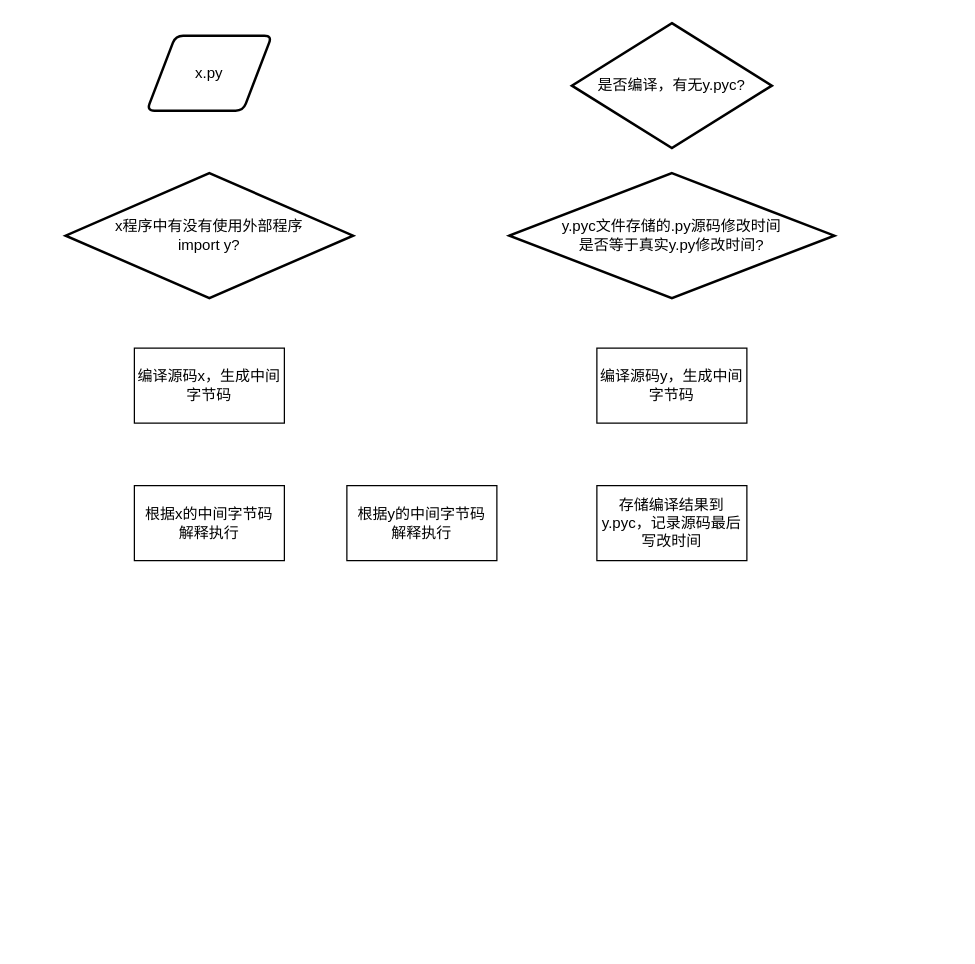
Earlier version of the draw.io diagram python-program-flow.drawio (wupei-w/diagrams). Source tidied: cells renumbered, new cells numbered last; positions are measured from the earlier drawing's top-left corner, leaving out a move shared by most shapes. Both pictures are drawn from the tidied source at 125%, with x=0, y=0 at pixel (65, 22).
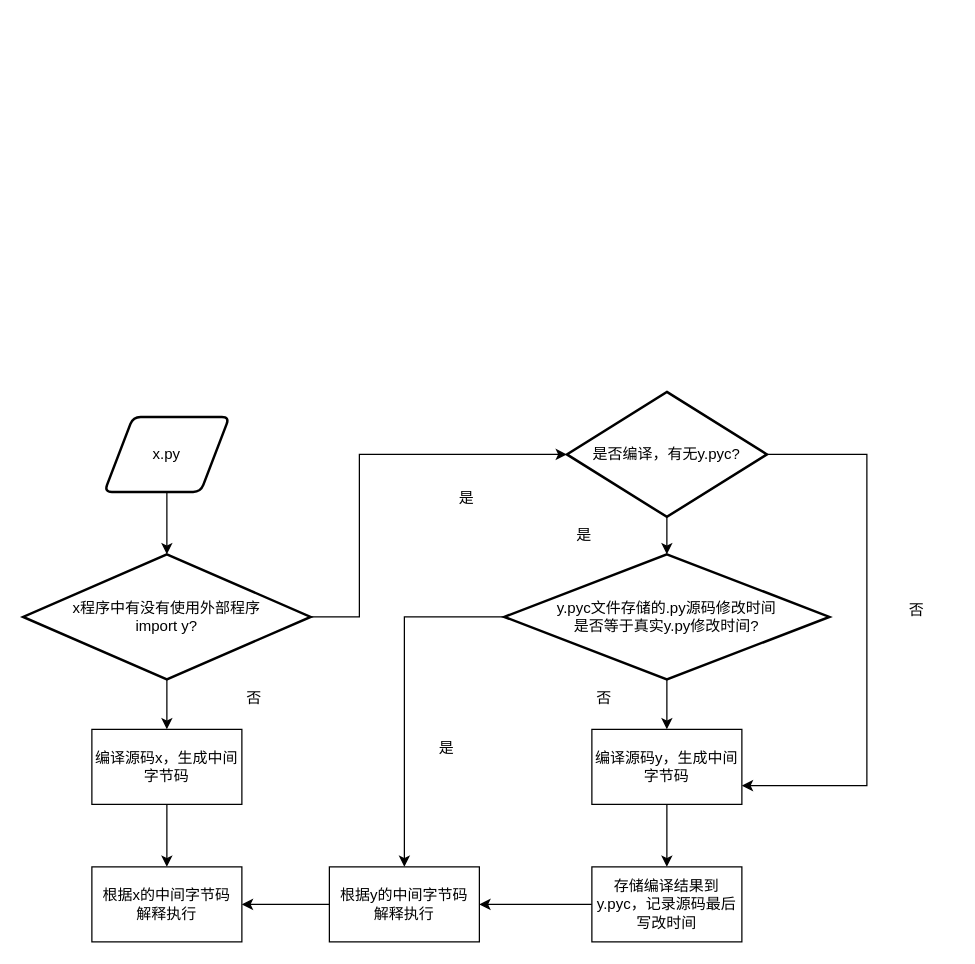
The same diagram, later.

Change to the diagram source:
```diff
@@
+    <mxCell id="11" style="edgeStyle=orthogonalEdgeStyle;rounded=0;jettySize=auto;html=1;" parent="1" edge="1" source="2" target="3">
+      <mxGeometry relative="1" as="geometry" />
+    </mxCell>
     <mxCell id="2" value="x.py" style="shape=parallelogram;html=1;strokeWidth=2;perimeter=parallelogramPerimeter;whiteSpace=wrap;rounded=1;arcSize=12;size=0.23;" parent="1" vertex="1">
-      <mxGeometry x="65" y="10" width="100" height="60" as="geometry" />
+      <mxGeometry x="31" y="315" width="100" height="60" as="geometry" />
     </mxCell>
+    <mxCell id="12" style="edgeStyle=orthogonalEdgeStyle;rounded=0;jettySize=auto;html=1;" parent="1" edge="1" source="3" target="4">
+      <mxGeometry relative="1" as="geometry" />
+    </mxCell>
+    <mxCell id="13" style="edgeStyle=orthogonalEdgeStyle;rounded=0;jettySize=auto;html=1;exitX=1;exitY=0.5;exitDx=0;exitDy=0;exitPerimeter=0;entryX=0;entryY=0.5;entryDx=0;entryDy=0;entryPerimeter=0;" parent="1" edge="1" source="3" target="5">
+      <mxGeometry relative="1" as="geometry">
+        <Array as="points">
+          <mxPoint x="235" y="475" />
+          <mxPoint x="235" y="345" />
+        </Array>
+      </mxGeometry>
+    </mxCell>
     <mxCell id="3" value="x程序中有没有使用外部程序&lt;br&gt;import y?" style="strokeWidth=2;html=1;shape=mxgraph.flowchart.decision;whiteSpace=wrap;" parent="1" vertex="1">
-      <mxGeometry y="120" width="230" height="100" as="geometry" />
+      <mxGeometry x="-34" y="425" width="230" height="100" as="geometry" />
     </mxCell>
+    <mxCell id="14" style="edgeStyle=orthogonalEdgeStyle;rounded=0;jettySize=auto;html=1;" parent="1" edge="1" source="4" target="10">
+      <mxGeometry relative="1" as="geometry" />
+    </mxCell>
     <mxCell id="4" value="编译源码x，生成中间字节码" style="rounded=0;whiteSpace=wrap;html=1;" parent="1" vertex="1">
-      <mxGeometry x="55" y="260" width="120" height="60" as="geometry" />
+      <mxGeometry x="21" y="565" width="120" height="60" as="geometry" />
     </mxCell>
+    <mxCell id="15" style="edgeStyle=orthogonalEdgeStyle;rounded=0;jettySize=auto;html=1;" parent="1" edge="1" source="5" target="6">
+      <mxGeometry relative="1" as="geometry" />
+    </mxCell>
+    <mxCell id="16" style="edgeStyle=orthogonalEdgeStyle;rounded=0;jettySize=auto;html=1;exitX=1;exitY=0.5;exitDx=0;exitDy=0;exitPerimeter=0;entryX=1;entryY=0.75;entryDx=0;entryDy=0;" parent="1" edge="1" source="5" target="7">
+      <mxGeometry relative="1" as="geometry">
+        <Array as="points">
+          <mxPoint x="641" y="345" />
+          <mxPoint x="641" y="610" />
+        </Array>
+      </mxGeometry>
+    </mxCell>
     <mxCell id="5" value="是否编译，有无y.pyc?" style="strokeWidth=2;html=1;shape=mxgraph.flowchart.decision;whiteSpace=wrap;" parent="1" vertex="1">
-      <mxGeometry x="405" width="160" height="100" as="geometry" />
+      <mxGeometry x="401" y="295" width="160" height="100" as="geometry" />
     </mxCell>
+    <mxCell id="17" style="edgeStyle=orthogonalEdgeStyle;rounded=0;jettySize=auto;html=1;" parent="1" edge="1" source="6" target="7">
+      <mxGeometry relative="1" as="geometry" />
+    </mxCell>
+    <mxCell id="18" style="edgeStyle=orthogonalEdgeStyle;rounded=0;jettySize=auto;html=1;exitX=0;exitY=0.5;exitDx=0;exitDy=0;exitPerimeter=0;entryX=0.5;entryY=0;entryDx=0;entryDy=0;" parent="1" edge="1" source="6" target="8">
+      <mxGeometry relative="1" as="geometry" />
+    </mxCell>
     <mxCell id="6" value="y.pyc文件存储的.py源码修改时间&lt;br&gt;是否等于真实y.py修改时间?" style="strokeWidth=2;html=1;shape=mxgraph.flowchart.decision;whiteSpace=wrap;" parent="1" vertex="1">
-      <mxGeometry x="355" y="120" width="260" height="100" as="geometry" />
+      <mxGeometry x="351" y="425" width="260" height="100" as="geometry" />
     </mxCell>
+    <mxCell id="19" style="edgeStyle=orthogonalEdgeStyle;rounded=0;jettySize=auto;html=1;" parent="1" edge="1" source="7" target="9">
+      <mxGeometry relative="1" as="geometry" />
+    </mxCell>
     <mxCell id="7" value="编译源码y，生成中间字节码" style="rounded=0;whiteSpace=wrap;html=1;" parent="1" vertex="1">
-      <mxGeometry x="425" y="260" width="120" height="60" as="geometry" />
+      <mxGeometry x="421" y="565" width="120" height="60" as="geometry" />
     </mxCell>
+    <mxCell id="20" style="edgeStyle=orthogonalEdgeStyle;rounded=0;jettySize=auto;html=1;" parent="1" edge="1" source="8" target="10">
+      <mxGeometry relative="1" as="geometry" />
+    </mxCell>
     <mxCell id="8" value="根据y的中间字节码&lt;br&gt;解释执行" style="rounded=0;whiteSpace=wrap;html=1;" parent="1" vertex="1">
-      <mxGeometry x="225" y="370" width="120" height="60" as="geometry" />
+      <mxGeometry x="211" y="675" width="120" height="60" as="geometry" />
     </mxCell>
+    <mxCell id="21" style="edgeStyle=orthogonalEdgeStyle;rounded=0;jettySize=auto;html=1;" parent="1" edge="1" source="9" target="8">
+      <mxGeometry relative="1" as="geometry" />
+    </mxCell>
     <mxCell id="9" value="存储编译结果到y.pyc，记录源码最后写改时间" style="rounded=0;whiteSpace=wrap;html=1;" parent="1" vertex="1">
-      <mxGeometry x="425" y="370" width="120" height="60" as="geometry" />
+      <mxGeometry x="421" y="675" width="120" height="60" as="geometry" />
     </mxCell>
     <mxCell id="10" value="根据x的中间字节码&lt;br&gt;解释执行" style="rounded=0;whiteSpace=wrap;html=1;" parent="1" vertex="1">
-      <mxGeometry x="55" y="370" width="120" height="60" as="geometry" />
+      <mxGeometry x="21" y="675" width="120" height="60" as="geometry" />
     </mxCell>
+    <mxCell id="22" value="否" style="text;html=1;strokeColor=none;fillColor=none;align=center;verticalAlign=middle;whiteSpace=wrap;rounded=0;" parent="1" vertex="1">
+      <mxGeometry x="121" y="525" width="60" height="30" as="geometry" />
+    </mxCell>
+    <mxCell id="23" value="否" style="text;html=1;strokeColor=none;fillColor=none;align=center;verticalAlign=middle;whiteSpace=wrap;rounded=0;" parent="1" vertex="1">
+      <mxGeometry x="401" y="525" width="60" height="30" as="geometry" />
+    </mxCell>
+    <mxCell id="24" value="否" style="text;html=1;strokeColor=none;fillColor=none;align=center;verticalAlign=middle;whiteSpace=wrap;rounded=0;" parent="1" vertex="1">
+      <mxGeometry x="651" y="455" width="60" height="30" as="geometry" />
+    </mxCell>
+    <mxCell id="25" value="是" style="text;html=1;strokeColor=none;fillColor=none;align=center;verticalAlign=middle;whiteSpace=wrap;rounded=0;" parent="1" vertex="1">
+      <mxGeometry x="291" y="365" width="60" height="30" as="geometry" />
+    </mxCell>
+    <mxCell id="26" value="是" style="text;html=1;strokeColor=none;fillColor=none;align=center;verticalAlign=middle;whiteSpace=wrap;rounded=0;" parent="1" vertex="1">
+      <mxGeometry x="385" y="395" width="60" height="30" as="geometry" />
+    </mxCell>
+    <mxCell id="27" value="是" style="text;html=1;strokeColor=none;fillColor=none;align=center;verticalAlign=middle;whiteSpace=wrap;rounded=0;" parent="1" vertex="1">
+      <mxGeometry x="275" y="565" width="60" height="30" as="geometry" />
+    </mxCell>
```
